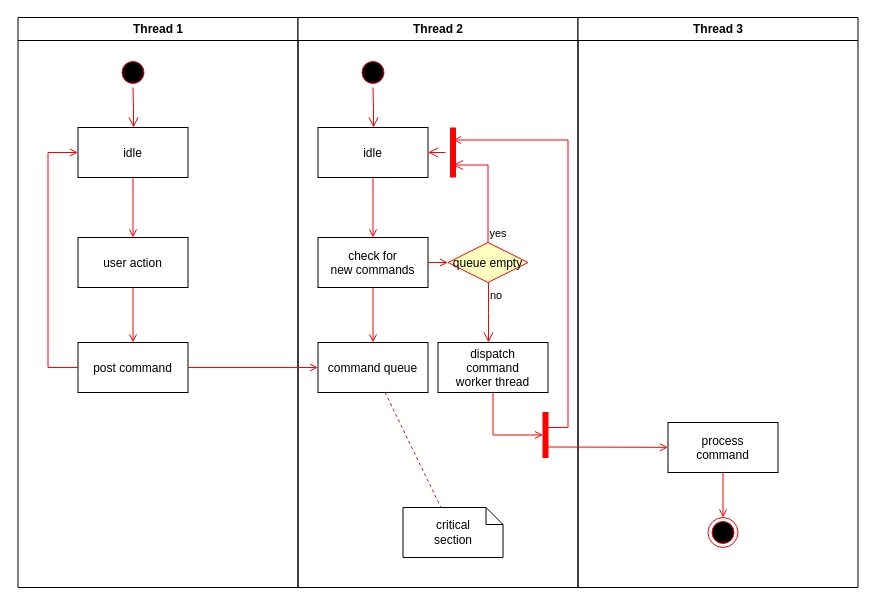
This is HW2/Untitled Diagram.drawio from ztjnwu/COEN241_Cloud-Computing, a draw.io file, before an edit. Source tidied: cells renumbered, new cells numbered last; positions are measured from the earlier drawing's top-left corner, leaving out a move shared by most shapes. Both pictures are drawn from the tidied source at 100%, with x=0, y=0 at pixel (17, 17).
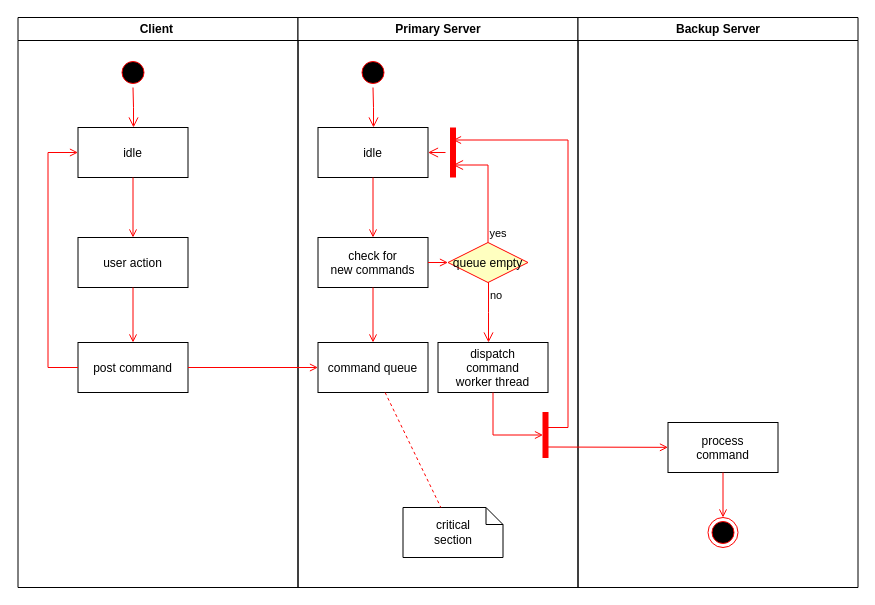
After the change.

Commit message:
high-level design.drawio

What changed in the source:
```diff
@@
-    <mxCell id="2" value="Thread 1" style="swimlane;whiteSpace=wrap;" parent="1" vertex="1">
+    <mxCell id="2" value="Client " style="swimlane;whiteSpace=wrap;" parent="1" vertex="1">
       <mxGeometry x="0.5" width="280" height="570" as="geometry" />
     </mxCell>
@@
-    <mxCell id="11" value="Thread 2" style="swimlane;whiteSpace=wrap;" parent="1" vertex="1">
+    <mxCell id="11" value="Primary Server" style="swimlane;whiteSpace=wrap;" parent="1" vertex="1">
       <mxGeometry x="280.5" width="280" height="570" as="geometry" />
     </mxCell>
@@
-    <mxCell id="30" value="Thread 3" style="swimlane;whiteSpace=wrap;" parent="1" vertex="1">
+    <mxCell id="30" value="Backup Server" style="swimlane;whiteSpace=wrap;" parent="1" vertex="1">
       <mxGeometry x="560.5" width="280" height="570" as="geometry" />
     </mxCell>
```
